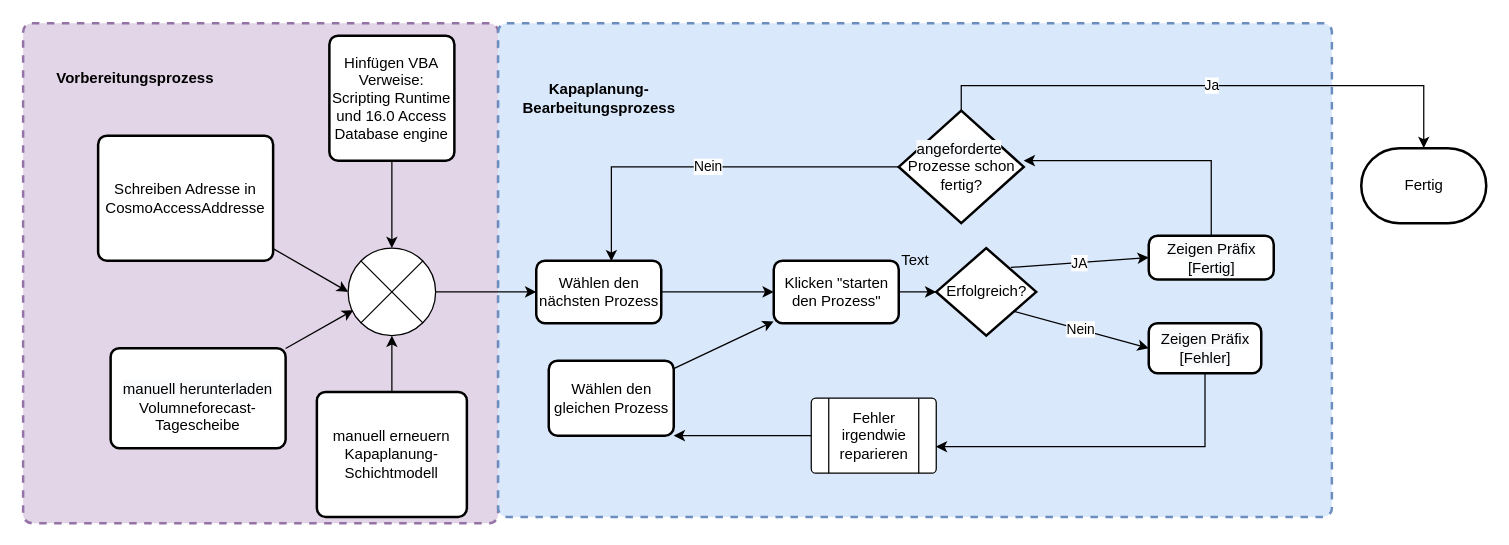
Earlier version of the draw.io diagram Kapaplanung.drawio (Ryuuko/drawIo). Source tidied: cells renumbered, new cells numbered last; positions are measured from the earlier drawing's top-left corner, leaving out a move shared by most shapes. Both pictures are drawn from the tidied source at 125%, with x=0, y=0 at pixel (22, 22).
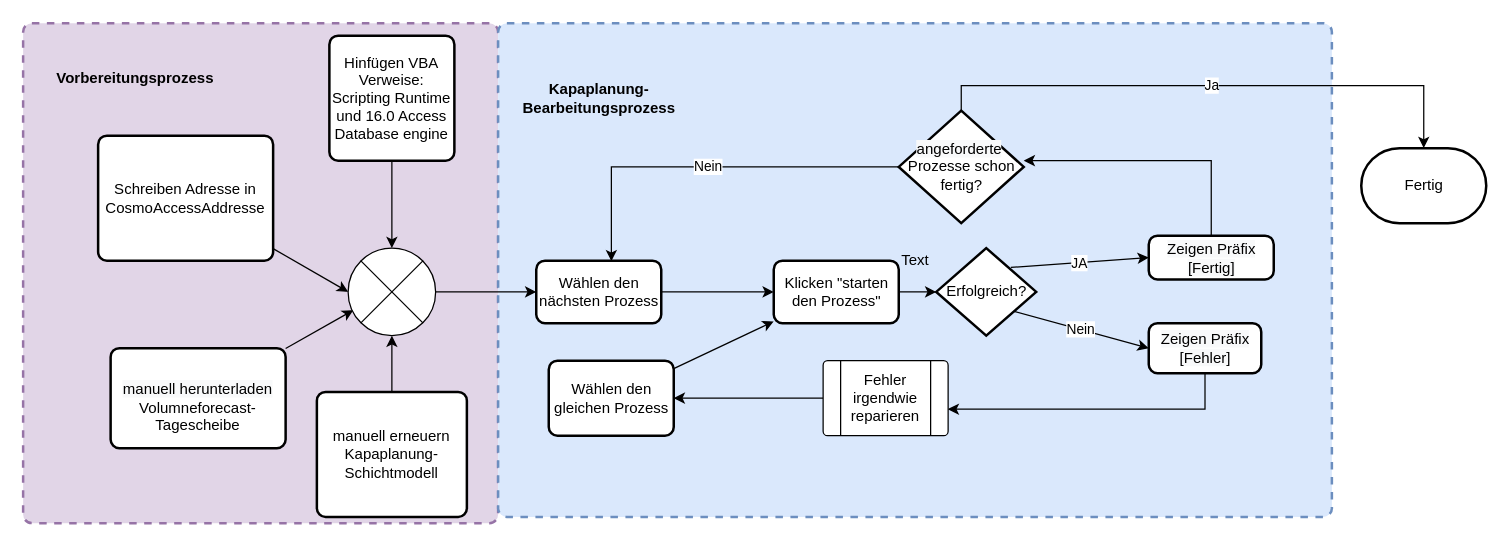
After the change.

Unchanged cells that the change refers to:
```xml
<mxCell id="16" value="Wählen den gleichen Prozess" style="rounded=1;whiteSpace=wrap;html=1;absoluteArcSize=1;arcSize=14;strokeWidth=2;labelBackgroundColor=none;sketch=0;" parent="1" vertex="1">
  <mxGeometry x="420.5" y="270" width="100" height="60" as="geometry" />
</mxCell>
```

The edit, as a diff of the source:
```diff
@@
-    <mxCell id="17" style="edgeStyle=none;rounded=0;jettySize=auto;html=1;entryX=1;entryY=1;entryDx=0;entryDy=0;" parent="1" edge="1" source="18" target="16">
+    <mxCell id="17" style="edgeStyle=none;rounded=0;jettySize=auto;html=1;entryX=1;entryY=0.5;entryDx=0;entryDy=0;" parent="1" edge="1" source="18" target="16">
       <mxGeometry relative="1" as="geometry" />
     </mxCell>
     <mxCell id="18" value="Fehler irgendwie reparieren" style="verticalLabelPosition=middle;verticalAlign=middle;html=1;shape=process;whiteSpace=wrap;rounded=1;size=0.14;arcSize=6;labelBackgroundColor=none;sketch=0;labelPosition=center;align=center;" parent="1" vertex="1">
-      <mxGeometry x="630.5" y="300" width="100" height="60" as="geometry" />
+      <mxGeometry x="640" y="270" width="100" height="60" as="geometry" />
     </mxCell>
```
